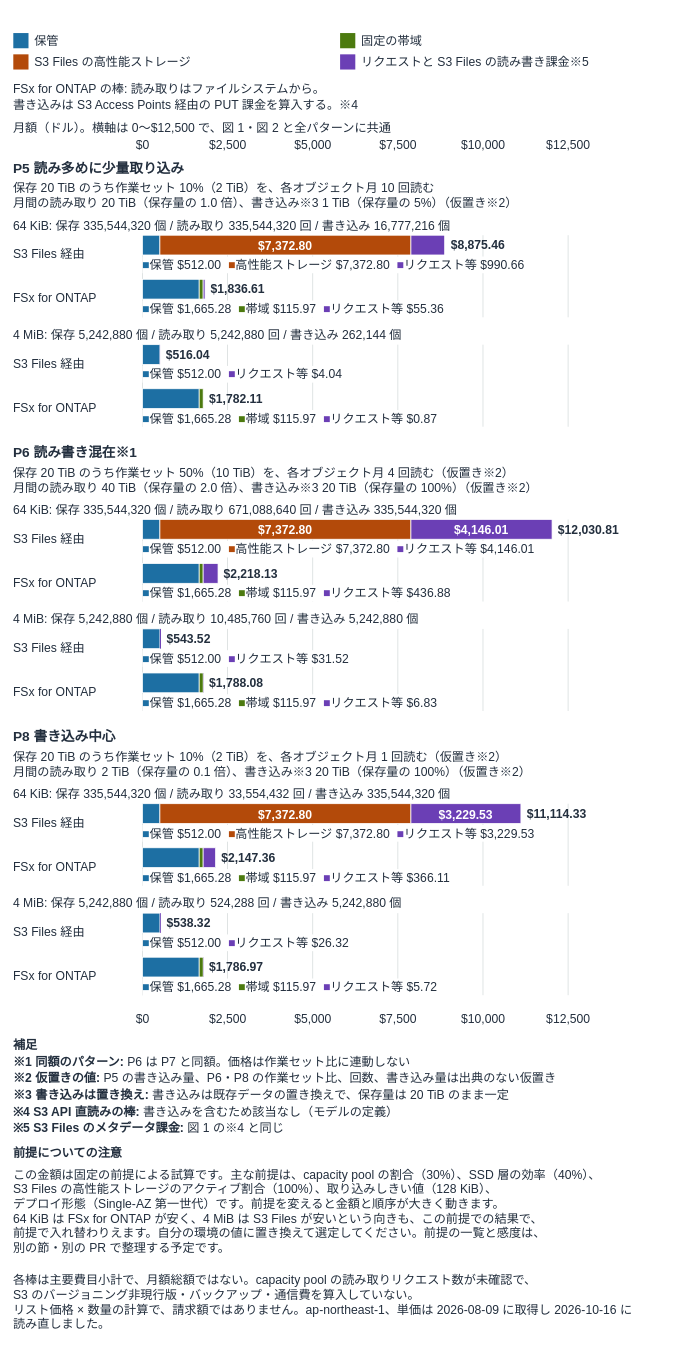
This is docs/_assets/diagrams/s3burst-s3files-cost-structure-writes.drawio from Yoshiki0705/S3-Burst-on-ONTAP-Files, a draw.io file, before an edit. Source tidied: cells renumbered, new cells numbered last; positions are measured from the earlier drawing's top-left corner, leaving out a move shared by most shapes. Both pictures are drawn from the tidied source at 76%, with x=0, y=0 at pixel (13, 30).
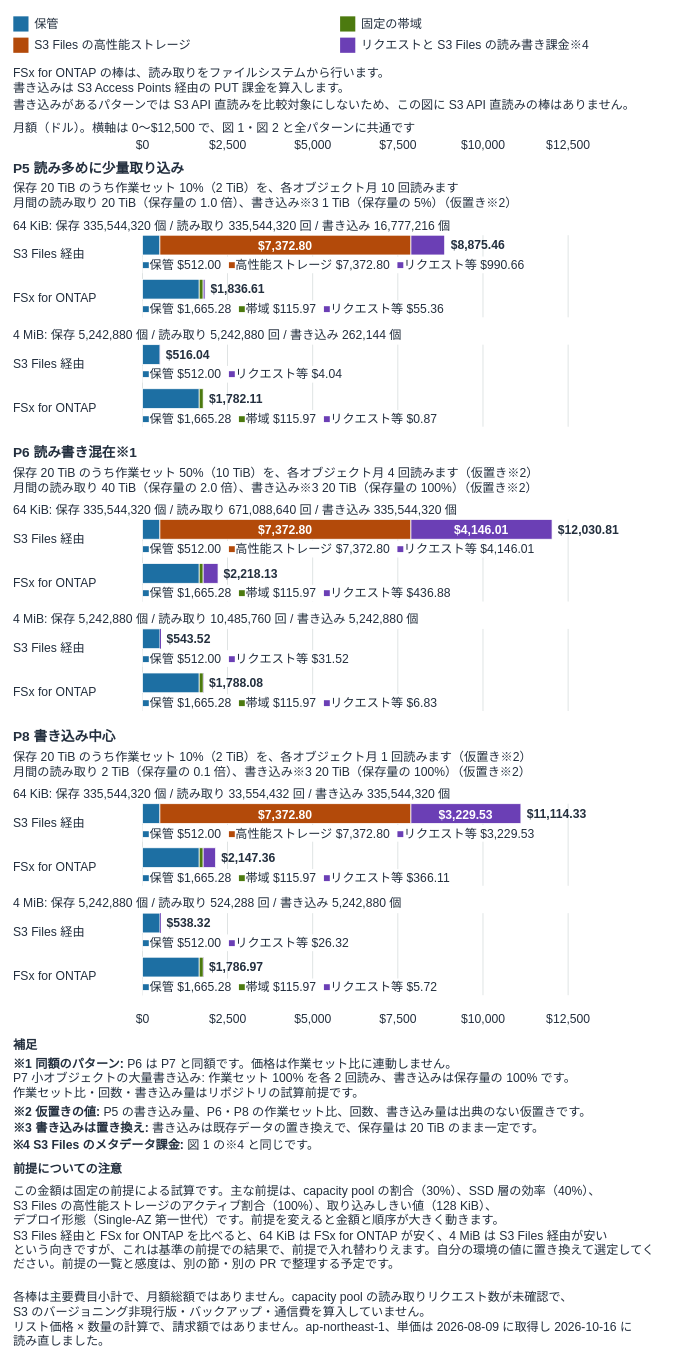
The same diagram, later.

Commit message (it also covers changes not shown here):
docs: generate the cost figures from the model and fix their wording

What changed in the source:
```diff
@@
     <mxCell id="38" style="rounded=0;whiteSpace=nowrap;html=0;fillColor=#1D6FA3;strokeColor=none;fontSize=16;fontColor=#FFFFFF;fontStyle=1;align=center;verticalAlign=middle;" parent="1" vertex="1">
-      <mxGeometry y="4" width="20" height="20" as="geometry" />
+      <mxGeometry y="-18" width="20" height="20" as="geometry" />
     </mxCell>
     <mxCell id="39" value="保管" style="text;html=1;whiteSpace=nowrap;overflow=visible;align=left;verticalAlign=middle;spacing=0;spacingLeft=0;spacingRight=0;spacingTop=0;spacingBottom=0;fontSize=16;fontColor=#232F3E;fontStyle=0;" parent="1" vertex="1">
-      <mxGeometry x="28" width="398" height="28" as="geometry" />
+      <mxGeometry x="28" y="-22" width="398" height="28" as="geometry" />
     </mxCell>
     <mxCell id="40" style="rounded=0;whiteSpace=nowrap;html=0;fillColor=#4C7A0F;strokeColor=none;fontSize=16;fontColor=#FFFFFF;fontStyle=1;align=center;verticalAlign=middle;" parent="1" vertex="1">
-      <mxGeometry x="430" y="4" width="20" height="20" as="geometry" />
+      <mxGeometry x="430" y="-18" width="20" height="20" as="geometry" />
     </mxCell>
     <mxCell id="41" value="固定の帯域" style="text;html=1;whiteSpace=nowrap;overflow=visible;align=left;verticalAlign=middle;spacing=0;spacingLeft=0;spacingRight=0;spacingTop=0;spacingBottom=0;fontSize=16;fontColor=#232F3E;fontStyle=0;" parent="1" vertex="1">
-      <mxGeometry x="458" width="398" height="28" as="geometry" />
+      <mxGeometry x="458" y="-22" width="398" height="28" as="geometry" />
     </mxCell>
     <mxCell id="42" style="rounded=0;whiteSpace=nowrap;html=0;fillColor=#B34A0A;strokeColor=none;fontSize=16;fontColor=#FFFFFF;fontStyle=1;align=center;verticalAlign=middle;" parent="1" vertex="1">
-      <mxGeometry y="32" width="20" height="20" as="geometry" />
+      <mxGeometry y="10" width="20" height="20" as="geometry" />
     </mxCell>
     <mxCell id="43" value="S3 Files の高性能ストレージ" style="text;html=1;whiteSpace=nowrap;overflow=visible;align=left;verticalAlign=middle;spacing=0;spacingLeft=0;spacingRight=0;spacingTop=0;spacingBottom=0;fontSize=16;fontColor=#232F3E;fontStyle=0;" parent="1" vertex="1">
-      <mxGeometry x="28" y="28" width="398" height="28" as="geometry" />
+      <mxGeometry x="28" y="6" width="398" height="28" as="geometry" />
     </mxCell>
     <mxCell id="44" style="rounded=0;whiteSpace=nowrap;html=0;fillColor=#6B3FB5;strokeColor=none;fontSize=16;fontColor=#FFFFFF;fontStyle=1;align=center;verticalAlign=middle;" parent="1" vertex="1">
-      <mxGeometry x="430" y="32" width="20" height="20" as="geometry" />
+      <mxGeometry x="430" y="10" width="20" height="20" as="geometry" />
     </mxCell>
-    <mxCell id="45" value="リクエストと S3 Files の読み書き課金※5" style="text;html=1;whiteSpace=nowrap;overflow=visible;align=left;verticalAlign=middle;spacing=0;spacingLeft=0;spacingRight=0;spacingTop=0;spacingBottom=0;fontSize=16;fontColor=#232F3E;fontStyle=0;" parent="1" vertex="1">
-      <mxGeometry x="458" y="28" width="398" height="28" as="geometry" />
+    <mxCell id="45" value="リクエストと S3 Files の読み書き課金※4" style="text;html=1;whiteSpace=nowrap;overflow=visible;align=left;verticalAlign=middle;spacing=0;spacingLeft=0;spacingRight=0;spacingTop=0;spacingBottom=0;fontSize=16;fontColor=#232F3E;fontStyle=0;" parent="1" vertex="1">
+      <mxGeometry x="458" y="6" width="398" height="28" as="geometry" />
     </mxCell>
-    <mxCell id="46" value="FSx for ONTAP の棒: 読み取りはファイルシステムから。&lt;br&gt;書き込みは S3 Access Points 経由の PUT 課金を算入する。※4" style="text;html=1;whiteSpace=nowrap;overflow=visible;align=left;verticalAlign=middle;spacing=0;spacingLeft=0;spacingRight=0;spacingTop=0;spacingBottom=0;fontSize=16;fontColor=#232F3E;fontStyle=0;" parent="1" vertex="1">
-      <mxGeometry y="66" width="860" height="44" as="geometry" />
+    <mxCell id="46" value="FSx for ONTAP の棒は、読み取りをファイルシステムから行います。&lt;br&gt;書き込みは S3 Access Points 経由の PUT 課金を算入します。" style="text;html=1;whiteSpace=nowrap;overflow=visible;align=left;verticalAlign=middle;spacing=0;spacingLeft=0;spacingRight=0;spacingTop=0;spacingBottom=0;fontSize=16;fontColor=#232F3E;fontStyle=0;" parent="1" vertex="1">
+      <mxGeometry y="44" width="860" height="44" as="geometry" />
     </mxCell>
+    <mxCell id="150" value="書き込みがあるパターンでは S3 API 直読みを比較対象にしないため、この図に S3 API 直読みの棒はありません。" style="text;html=1;whiteSpace=nowrap;overflow=visible;align=left;verticalAlign=middle;spacing=0;spacingLeft=0;spacingRight=0;spacingTop=0;spacingBottom=0;fontSize=16;fontColor=#232F3E;fontStyle=0;" parent="1" vertex="1">
+      <mxGeometry y="88" width="860" height="22" as="geometry" />
+    </mxCell>
-    <mxCell id="47" value="月額（ドル）。横軸は 0〜$12,500 で、図 1・図 2 と全パターンに共通" style="text;html=1;whiteSpace=nowrap;overflow=visible;align=left;verticalAlign=middle;spacing=0;spacingLeft=0;spacingRight=0;spacingTop=0;spacingBottom=0;fontSize=16;fontColor=#232F3E;fontStyle=0;" parent="1" vertex="1">
+    <mxCell id="47" value="月額（ドル）。横軸は 0〜$12,500 で、図 1・図 2 と全パターンに共通です" style="text;html=1;whiteSpace=nowrap;overflow=visible;align=left;verticalAlign=middle;spacing=0;spacingLeft=0;spacingRight=0;spacingTop=0;spacingBottom=0;fontSize=16;fontColor=#232F3E;fontStyle=0;" parent="1" vertex="1">
       <mxGeometry y="118" width="860" height="22" as="geometry" />
     </mxCell>
@@
-    <mxCell id="55" value="保存 20 TiB のうち作業セット 10%（2 TiB）を、各オブジェクト月 10 回読む&lt;br&gt;月間の読み取り 20 TiB（保存量の 1.0 倍）、書き込み※3 1 TiB（保存量の 5%）（仮置き※2）" style="text;html=1;whiteSpace=nowrap;overflow=visible;align=left;verticalAlign=middle;spacing=0;spacingLeft=0;spacingRight=0;spacingTop=0;spacingBottom=0;fontSize=16;fontColor=#232F3E;fontStyle=0;" parent="1" vertex="1">
+    <mxCell id="55" value="保存 20 TiB のうち作業セット 10%（2 TiB）を、各オブジェクト月 10 回読みます&lt;br&gt;月間の読み取り 20 TiB（保存量の 1.0 倍）、書き込み※3 1 TiB（保存量の 5%）（仮置き※2）" style="text;html=1;whiteSpace=nowrap;overflow=visible;align=left;verticalAlign=middle;spacing=0;spacingLeft=0;spacingRight=0;spacingTop=0;spacingBottom=0;fontSize=16;fontColor=#232F3E;fontStyle=0;" parent="1" vertex="1">
       <mxGeometry y="196" width="860" height="44" as="geometry" />
     </mxCell>
@@
-    <mxCell id="82" value="保存 20 TiB のうち作業セット 50%（10 TiB）を、各オブジェクト月 4 回読む（仮置き※2）&lt;br&gt;月間の読み取り 40 TiB（保存量の 2.0 倍）、書き込み※3 20 TiB（保存量の 100%）（仮置き※2）" style="text;html=1;whiteSpace=nowrap;overflow=visible;align=left;verticalAlign=middle;spacing=0;spacingLeft=0;spacingRight=0;spacingTop=0;spacingBottom=0;fontSize=16;fontColor=#232F3E;fontStyle=0;" parent="1" vertex="1">
+    <mxCell id="82" value="保存 20 TiB のうち作業セット 50%（10 TiB）を、各オブジェクト月 4 回読みます（仮置き※2）&lt;br&gt;月間の読み取り 40 TiB（保存量の 2.0 倍）、書き込み※3 20 TiB（保存量の 100%）（仮置き※2）" style="text;html=1;whiteSpace=nowrap;overflow=visible;align=left;verticalAlign=middle;spacing=0;spacingLeft=0;spacingRight=0;spacingTop=0;spacingBottom=0;fontSize=16;fontColor=#232F3E;fontStyle=0;" parent="1" vertex="1">
       <mxGeometry y="570" width="860" height="44" as="geometry" />
     </mxCell>
@@
-    <mxCell id="109" value="保存 20 TiB のうち作業セット 10%（2 TiB）を、各オブジェクト月 1 回読む（仮置き※2）&lt;br&gt;月間の読み取り 2 TiB（保存量の 0.1 倍）、書き込み※3 20 TiB（保存量の 100%）（仮置き※2）" style="text;html=1;whiteSpace=nowrap;overflow=visible;align=left;verticalAlign=middle;spacing=0;spacingLeft=0;spacingRight=0;spacingTop=0;spacingBottom=0;fontSize=16;fontColor=#232F3E;fontStyle=0;" parent="1" vertex="1">
+    <mxCell id="109" value="保存 20 TiB のうち作業セット 10%（2 TiB）を、各オブジェクト月 1 回読みます（仮置き※2）&lt;br&gt;月間の読み取り 2 TiB（保存量の 0.1 倍）、書き込み※3 20 TiB（保存量の 100%）（仮置き※2）" style="text;html=1;whiteSpace=nowrap;overflow=visible;align=left;verticalAlign=middle;spacing=0;spacingLeft=0;spacingRight=0;spacingTop=0;spacingBottom=0;fontSize=16;fontColor=#232F3E;fontStyle=0;" parent="1" vertex="1">
       <mxGeometry y="944" width="860" height="44" as="geometry" />
     </mxCell>
@@
-    <mxCell id="142" value="&lt;b&gt;※1 同額のパターン:&lt;/b&gt; P6 は P7 と同額。価格は作業セット比に連動しない" style="text;html=1;whiteSpace=nowrap;overflow=visible;align=left;verticalAlign=middle;spacing=0;spacingLeft=0;spacingRight=0;spacingTop=0;spacingBottom=0;fontSize=16;fontColor=#232F3E;fontStyle=0;" parent="1" vertex="1">
-      <mxGeometry y="1346" width="860" height="22" as="geometry" />
+    <mxCell id="142" value="&lt;b&gt;※1 同額のパターン:&lt;/b&gt; P6 は P7 と同額です。価格は作業セット比に連動しません。&lt;br&gt;P7 小オブジェクトの大量書き込み: 作業セット 100% を各 2 回読み、書き込みは保存量の 100% です。&lt;br&gt;作業セット比・回数・書き込み量はリポジトリの試算前提です。" style="text;html=1;whiteSpace=nowrap;overflow=visible;align=left;verticalAlign=middle;spacing=0;spacingLeft=0;spacingRight=0;spacingTop=0;spacingBottom=0;fontSize=16;fontColor=#232F3E;fontStyle=0;" parent="1" vertex="1">
+      <mxGeometry y="1346" width="860" height="66" as="geometry" />
     </mxCell>
-    <mxCell id="143" value="&lt;b&gt;※2 仮置きの値:&lt;/b&gt; P5 の書き込み量、P6・P8 の作業セット比、回数、書き込み量は出典のない仮置き" style="text;html=1;whiteSpace=nowrap;overflow=visible;align=left;verticalAlign=middle;spacing=0;spacingLeft=0;spacingRight=0;spacingTop=0;spacingBottom=0;fontSize=16;fontColor=#232F3E;fontStyle=0;" parent="1" vertex="1">
-      <mxGeometry y="1368" width="860" height="22" as="geometry" />
+    <mxCell id="143" value="&lt;b&gt;※2 仮置きの値:&lt;/b&gt; P5 の書き込み量、P6・P8 の作業セット比、回数、書き込み量は出典のない仮置きです。" style="text;html=1;whiteSpace=nowrap;overflow=visible;align=left;verticalAlign=middle;spacing=0;spacingLeft=0;spacingRight=0;spacingTop=0;spacingBottom=0;fontSize=16;fontColor=#232F3E;fontStyle=0;" parent="1" vertex="1">
+      <mxGeometry y="1412" width="860" height="22" as="geometry" />
     </mxCell>
-    <mxCell id="144" value="&lt;b&gt;※3 書き込みは置き換え:&lt;/b&gt; 書き込みは既存データの置き換えで、保存量は 20 TiB のまま一定" style="text;html=1;whiteSpace=nowrap;overflow=visible;align=left;verticalAlign=middle;spacing=0;spacingLeft=0;spacingRight=0;spacingTop=0;spacingBottom=0;fontSize=16;fontColor=#232F3E;fontStyle=0;" parent="1" vertex="1">
-      <mxGeometry y="1390" width="860" height="22" as="geometry" />
+    <mxCell id="144" value="&lt;b&gt;※3 書き込みは置き換え:&lt;/b&gt; 書き込みは既存データの置き換えで、保存量は 20 TiB のまま一定です。" style="text;html=1;whiteSpace=nowrap;overflow=visible;align=left;verticalAlign=middle;spacing=0;spacingLeft=0;spacingRight=0;spacingTop=0;spacingBottom=0;fontSize=16;fontColor=#232F3E;fontStyle=0;" parent="1" vertex="1">
+      <mxGeometry y="1434" width="860" height="22" as="geometry" />
     </mxCell>
-    <mxCell id="145" value="&lt;b&gt;※4 S3 API 直読みの棒:&lt;/b&gt; 書き込みを含むため該当なし（モデルの定義）" style="text;html=1;whiteSpace=nowrap;overflow=visible;align=left;verticalAlign=middle;spacing=0;spacingLeft=0;spacingRight=0;spacingTop=0;spacingBottom=0;fontSize=16;fontColor=#232F3E;fontStyle=0;" parent="1" vertex="1">
-      <mxGeometry y="1412" width="860" height="22" as="geometry" />
+    <mxCell id="145" value="&lt;b&gt;※4 S3 Files のメタデータ課金:&lt;/b&gt; 図 1 の※4 と同じです。" style="text;html=1;whiteSpace=nowrap;overflow=visible;align=left;verticalAlign=middle;spacing=0;spacingLeft=0;spacingRight=0;spacingTop=0;spacingBottom=0;fontSize=16;fontColor=#232F3E;fontStyle=0;" parent="1" vertex="1">
+      <mxGeometry y="1456" width="860" height="22" as="geometry" />
     </mxCell>
-    <mxCell id="146" value="&lt;b&gt;※5 S3 Files のメタデータ課金:&lt;/b&gt; 図 1 の※4 と同じ" style="text;html=1;whiteSpace=nowrap;overflow=visible;align=left;verticalAlign=middle;spacing=0;spacingLeft=0;spacingRight=0;spacingTop=0;spacingBottom=0;fontSize=16;fontColor=#232F3E;fontStyle=0;" parent="1" vertex="1">
-      <mxGeometry y="1434" width="860" height="22" as="geometry" />
-    </mxCell>
     <mxCell id="147" value="&lt;b&gt;前提についての注意&lt;/b&gt;" style="text;html=1;whiteSpace=nowrap;overflow=visible;align=left;verticalAlign=middle;spacing=0;spacingLeft=0;spacingRight=0;spacingTop=0;spacingBottom=0;fontSize=16;fontColor=#232F3E;fontStyle=0;" parent="1" vertex="1">
-      <mxGeometry y="1466" width="860" height="22" as="geometry" />
+      <mxGeometry y="1488" width="860" height="22" as="geometry" />
     </mxCell>
-    <mxCell id="148" value="この金額は固定の前提による試算です。主な前提は、capacity pool の割合（30%）、SSD 層の効率（40%）、&lt;br&gt;S3 Files の高性能ストレージのアクティブ割合（100%）、取り込みしきい値（128 KiB）、&lt;br&gt;デプロイ形態（Single-AZ 第一世代）です。前提を変えると金額と順序が大きく動きます。&lt;br&gt;64 KiB は FSx for ONTAP が安く、4 MiB は S3 Files が安いという向きも、この前提での結果で、&lt;br&gt;前提で入れ替わりえます。自分の環境の値に置き換えて選定してください。前提の一覧と感度は、&lt;br&gt;別の節・別の PR で整理する予定です。" style="text;html=1;whiteSpace=nowrap;overflow=visible;align=left;verticalAlign=middle;spacing=0;spacingLeft=0;spacingRight=0;spacingTop=0;spacingBottom=0;fontSize=16;fontColor=#232F3E;fontStyle=0;" parent="1" vertex="1">
-      <mxGeometry y="1488" width="860" height="132" as="geometry" />
+    <mxCell id="148" value="この金額は固定の前提による試算です。主な前提は、capacity pool の割合（30%）、SSD 層の効率（40%）、&lt;br&gt;S3 Files の高性能ストレージのアクティブ割合（100%）、取り込みしきい値（128 KiB）、&lt;br&gt;デプロイ形態（Single-AZ 第一世代）です。前提を変えると金額と順序が大きく動きます。&lt;br&gt;S3 Files 経由と FSx for ONTAP を比べると、64 KiB は FSx for ONTAP が安く、4 MiB は S3 Files 経由が安い&lt;br&gt;という向きですが、これは基準の前提での結果で、前提で入れ替わりえます。自分の環境の値に置き換えて選定してく&lt;br&gt;ださい。前提の一覧と感度は、別の節・別の PR で整理する予定です。" style="text;html=1;whiteSpace=nowrap;overflow=visible;align=left;verticalAlign=middle;spacing=0;spacingLeft=0;spacingRight=0;spacingTop=0;spacingBottom=0;fontSize=16;fontColor=#232F3E;fontStyle=0;" parent="1" vertex="1">
+      <mxGeometry y="1510" width="860" height="132" as="geometry" />
     </mxCell>
-    <mxCell id="149" value="各棒は主要費目小計で、月額総額ではない。capacity pool の読み取りリクエスト数が未確認で、&lt;br&gt;S3 のバージョニング非現行版・バックアップ・通信費を算入していない。&lt;br&gt;リスト価格 × 数量の計算で、請求額ではありません。ap-northeast-1、単価は 2026-08-09 に取得し 2026-10-16 に&lt;br&gt;読み直しました。" style="text;html=1;whiteSpace=nowrap;overflow=visible;align=left;verticalAlign=middle;spacing=0;spacingLeft=0;spacingRight=0;spacingTop=0;spacingBottom=0;fontSize=16;fontColor=#232F3E;fontStyle=0;" parent="1" vertex="1">
-      <mxGeometry y="1630" width="860" height="88" as="geometry" />
+    <mxCell id="149" value="各棒は主要費目小計で、月額総額ではありません。capacity pool の読み取りリクエスト数が未確認で、&lt;br&gt;S3 のバージョニング非現行版・バックアップ・通信費を算入していません。&lt;br&gt;リスト価格 × 数量の計算で、請求額ではありません。ap-northeast-1、単価は 2026-08-09 に取得し 2026-10-16 に&lt;br&gt;読み直しました。" style="text;html=1;whiteSpace=nowrap;overflow=visible;align=left;verticalAlign=middle;spacing=0;spacingLeft=0;spacingRight=0;spacingTop=0;spacingBottom=0;fontSize=16;fontColor=#232F3E;fontStyle=0;" parent="1" vertex="1">
+      <mxGeometry y="1652" width="860" height="88" as="geometry" />
     </mxCell>
```
